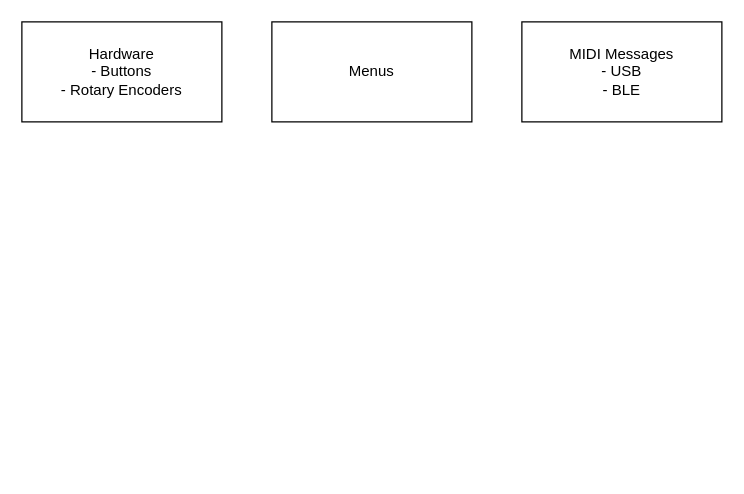
Above: page "Block diagram" (2 of 2) of Lightroom_MIDI.drawio in Krfld/Lightroom-MIDI (draw.io), before the change. Source tidied: cells renumbered, new cells numbered last; positions are measured from the earlier drawing's top-left corner, leaving out a move shared by most shapes. Both pictures are drawn from the tidied source at 125%, with x=0, y=0 at pixel (21, 21).
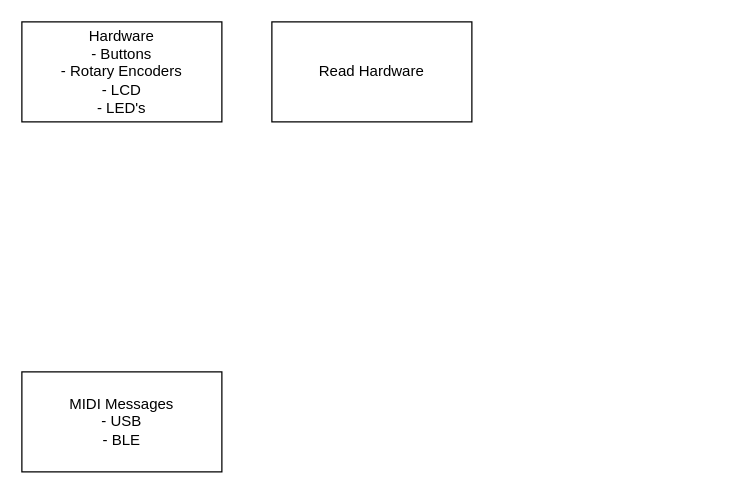
The same page after the edit.

Change to the diagram source:
```diff
@@
 <mxGraphModel>
   <root>
     <mxCell id="0" />
     <mxCell id="1" parent="0" />
-    <mxCell id="2" value="Hardware&lt;br&gt;- Buttons&lt;br&gt;- Rotary Encoders" style="rounded=0;whiteSpace=wrap;html=1;" parent="1" vertex="1">
+    <mxCell id="2" value="Hardware&lt;br&gt;- Buttons&lt;br&gt;- Rotary Encoders&lt;br&gt;- LCD&lt;br&gt;- LED's" style="rounded=0;whiteSpace=wrap;html=1;" parent="1" vertex="1">
       <mxGeometry width="160" height="80" as="geometry" />
     </mxCell>
     <mxCell id="3" value="MIDI Messages&lt;br&gt;- USB&lt;br&gt;- BLE" style="rounded=0;whiteSpace=wrap;html=1;" parent="1" vertex="1">
-      <mxGeometry x="400" width="160" height="80" as="geometry" />
+      <mxGeometry y="280" width="160" height="80" as="geometry" />
     </mxCell>
-    <mxCell id="4" value="Menus" style="rounded=0;whiteSpace=wrap;html=1;" parent="1" vertex="1">
+    <mxCell id="4" value="Read Hardware&lt;br&gt;" style="rounded=0;whiteSpace=wrap;html=1;" parent="1" vertex="1">
       <mxGeometry x="200" width="160" height="80" as="geometry" />
     </mxCell>
   </root>
 </mxGraphModel>
```
